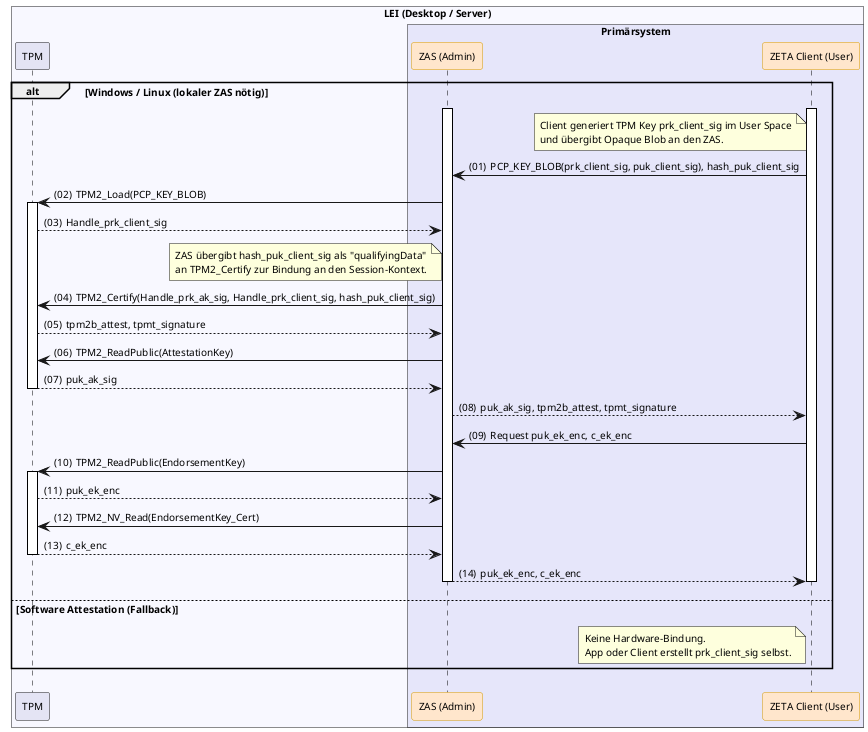
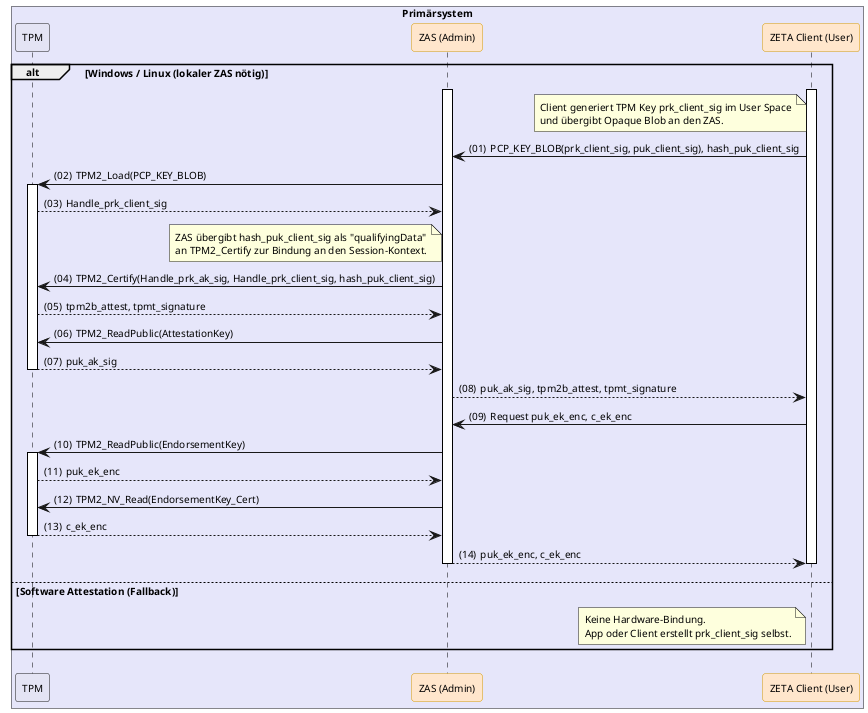
@startuml "key-preparation"
autonumber "(00)"
skinparam defaultFontSize 10
skinparam defaultFontName Helvetica
skinparam DefaultMonospacedFontName Courier
skinparam lengthAdjust none
skinparam sequenceReferenceBackgroundColor White
skinparam SequenceReferenceFontSize 12
skinparam sequenceMessageAlign left
hide stereotype

' Box colors
!define LEI_COLOR #GhostWhite
!define LEI_COMPONENT_COLOR #E4E4F4
!define PRIMAERSYSTEM_COLOR #Lavender
!define MOBILE_COLOR #E6F7FF

' Participant colors
<style>
sequenceDiagram {
  participant {
    .zeta {
      BackgroundColor #FFE6CC
      LineColor #D79B00
    }
  }
  lifeline {
    BackgroundColor White
    LineColor Black
  }
}
</style>

!pragma teoz true

+ box "Primärsystem" PRIMAERSYSTEM_COLOR
+   participant "TPM" as TPM LEI_COMPONENT_COLOR
+   participant ZAS as "ZAS (Admin)" <<zeta>>
+   participant Client as "ZETA Client (User)" <<zeta>>
+ end box
+ 
alt Windows / Linux (lokaler ZAS nötig)
-     box "LEI (Desktop / Server)" LEI_COLOR
-       participant "TPM" as TPM LEI_COMPONENT_COLOR
-       box "Primärsystem" PRIMAERSYSTEM_COLOR
-         participant ZAS as "ZAS (Admin)" <<zeta>>
-         participant Client as "ZETA Client (User)" <<zeta>>
-       end box
-     end box

    Client++
    ZAS++

    note left of Client: Client generiert TPM Key prk_client_sig im User Space\nund übergibt Opaque Blob an den ZAS.
    Client -> ZAS: PCP_KEY_BLOB(prk_client_sig, puk_client_sig), hash_puk_client_sig

    ZAS -> TPM++: TPM2_Load(PCP_KEY_BLOB)
    TPM --> ZAS: Handle_prk_client_sig

    note left of ZAS: ZAS übergibt hash_puk_client_sig als "qualifyingData"\nan TPM2_Certify zur Bindung an den Session-Kontext.
    ZAS -> TPM: TPM2_Certify(Handle_prk_ak_sig, Handle_prk_client_sig, hash_puk_client_sig)
    TPM --> ZAS: tpm2b_attest, tpmt_signature
    ZAS -> TPM: TPM2_ReadPublic(AttestationKey)
    TPM --> ZAS--: puk_ak_sig

    ZAS --> Client: puk_ak_sig, tpm2b_attest, tpmt_signature

    Client -> ZAS: Request puk_ek_enc, c_ek_enc
    ZAS -> TPM++: TPM2_ReadPublic(EndorsementKey)
    TPM --> ZAS: puk_ek_enc
    ZAS -> TPM: TPM2_NV_Read(EndorsementKey_Cert)
    TPM --> ZAS--: c_ek_enc
    ZAS --> Client--: puk_ek_enc, c_ek_enc
    Client--

else Software Attestation (Fallback)
    note left of Client: Keine Hardware-Bindung.\nApp oder Client erstellt prk_client_sig selbst.
end

@enduml